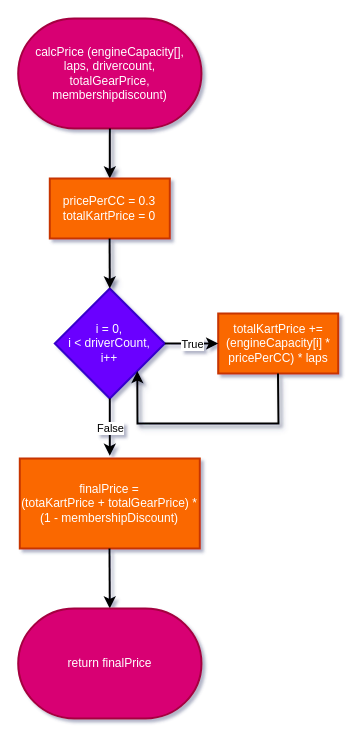
shahxvi/csc126-group-project keeps this draw.io diagram as Flowcharts (draw.io)/22. calculatePrice.drawio. Above is the earlier version. Source tidied: cells renumbered, new cells numbered last; positions are measured from the earlier drawing's top-left corner, leaving out a move shared by most shapes. Both pictures are drawn from the tidied source at 100%, with x=0, y=0 at pixel (18, 18).
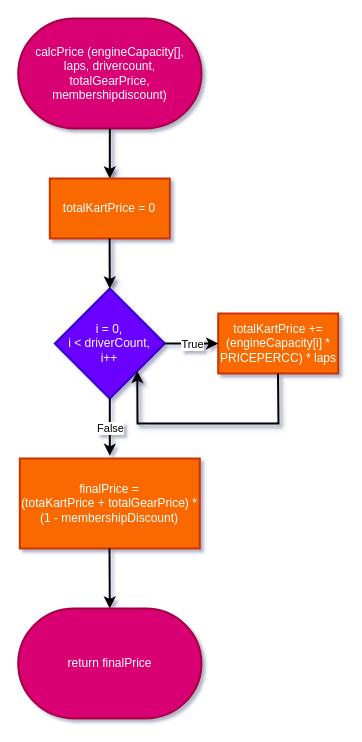
The same diagram, later.

What changed in the source:
```diff
@@
 <mxGraphModel shadow="1">
   <root>
     <mxCell id="0" />
     <mxCell id="1" parent="0" />
     <mxCell id="2" value="calcPrice (engineCapacity[],&lt;br&gt;laps, drivercount,&lt;br&gt;totalGearPrice, membershipdiscount)" style="strokeWidth=2;html=1;shape=mxgraph.flowchart.terminator;whiteSpace=wrap;fillColor=#d80073;fontColor=#ffffff;strokeColor=#A50040;" parent="1" vertex="1">
       <mxGeometry x="-0.3" width="183.3" height="110" as="geometry" />
     </mxCell>
     <mxCell id="3" style="edgeStyle=none;html=1;strokeWidth=2;shadow=1;entryX=0.5;entryY=0;entryDx=0;entryDy=0;exitX=0.5;exitY=1;exitDx=0;exitDy=0;exitPerimeter=0;" parent="1" edge="1" source="2" target="6">
       <mxGeometry relative="1" as="geometry" />
     </mxCell>
-    <mxCell id="4" value="totalKartPrice += (engineCapacity[i] * pricePerCC) * laps" style="whiteSpace=wrap;html=1;strokeWidth=2;fillColor=#fa6800;fontColor=#FFFFFF;strokeColor=#C73500;" parent="1" vertex="1">
+    <mxCell id="4" value="totalKartPrice += (engineCapacity[i] * PRICEPERCC) * laps" style="whiteSpace=wrap;html=1;strokeWidth=2;fillColor=#fa6800;fontColor=#FFFFFF;strokeColor=#C73500;" parent="1" vertex="1">
       <mxGeometry x="199.7" y="295" width="120" height="60" as="geometry" />
     </mxCell>
     <mxCell id="5" value="i = 0,&lt;br&gt;i &amp;lt; driverCount,&lt;br&gt;i++" style="rhombus;whiteSpace=wrap;html=1;strokeWidth=2;fillColor=#6a00ff;fontColor=#ffffff;strokeColor=#3700CC;" parent="1" vertex="1">
       <mxGeometry x="36.3" y="270" width="110" height="110" as="geometry" />
     </mxCell>
-    <mxCell id="6" value="pricePerCC = 0.3&lt;br&gt;totalKartPrice = 0" style="whiteSpace=wrap;html=1;strokeWidth=2;fillColor=#fa6800;fontColor=#FFFFFF;strokeColor=#C73500;" parent="1" vertex="1">
+    <mxCell id="6" value="totalKartPrice = 0" style="whiteSpace=wrap;html=1;strokeWidth=2;fillColor=#fa6800;fontColor=#FFFFFF;strokeColor=#C73500;" parent="1" vertex="1">
       <mxGeometry x="31.3" y="160" width="120" height="60" as="geometry" />
     </mxCell>
     <mxCell id="7" style="edgeStyle=none;html=1;strokeWidth=2;shadow=1;entryX=0.5;entryY=0;entryDx=0;entryDy=0;" parent="1" edge="1" target="5">
       <mxGeometry relative="1" as="geometry">
         <mxPoint x="91.1" y="220" as="sourcePoint" />
       </mxGeometry>
     </mxCell>
     <mxCell id="8" value="finalPrice =&lt;br&gt;(totaKartPrice + totalGearPrice) *&lt;br&gt;(1 - membershipDiscount)" style="whiteSpace=wrap;html=1;strokeWidth=2;fillColor=#fa6800;fontColor=#FFFFFF;strokeColor=#C73500;" parent="1" vertex="1">
       <mxGeometry x="1.3" y="440" width="180" height="90" as="geometry" />
     </mxCell>
     <mxCell id="9" style="edgeStyle=none;html=1;strokeWidth=2;entryX=0.5;entryY=0;entryDx=0;entryDy=0;entryPerimeter=0;" parent="1" edge="1">
       <mxGeometry relative="1" as="geometry">
         <mxPoint x="91" y="530" as="sourcePoint" />
         <mxPoint x="91.3" y="590" as="targetPoint" />
       </mxGeometry>
     </mxCell>
     <mxCell id="10" style="edgeStyle=none;html=1;strokeWidth=2;shadow=1;rounded=0;curved=0;entryX=1;entryY=1;entryDx=0;entryDy=0;" parent="1" edge="1" target="5">
       <mxGeometry relative="1" as="geometry">
         <mxPoint x="259.5" y="355" as="sourcePoint" />
         <Array as="points">
           <mxPoint x="260" y="405" />
           <mxPoint x="119" y="405" />
         </Array>
       </mxGeometry>
     </mxCell>
     <mxCell id="11" style="endArrow=classic;html=1;exitX=1;exitY=0.5;exitDx=0;exitDy=0;entryX=0;entryY=0.5;entryDx=0;entryDy=0;strokeWidth=2;" parent="1" edge="1" source="5" target="4">
       <mxGeometry relative="1" as="geometry" />
     </mxCell>
     <mxCell id="12" value="True" style="edgeLabel;html=1;align=center;verticalAlign=middle;" parent="11" vertex="1">
       <mxGeometry relative="1" as="geometry" />
     </mxCell>
     <mxCell id="13" style="endArrow=classic;html=1;exitX=0.5;exitY=1;exitDx=0;exitDy=0;entryX=0.5;entryY=-0.03;entryDx=0;entryDy=0;entryPerimeter=0;strokeWidth=2;" parent="1" edge="1" source="5" target="8">
       <mxGeometry relative="1" as="geometry" />
     </mxCell>
     <mxCell id="14" value="False" style="edgeLabel;html=1;align=center;verticalAlign=middle;" parent="13" vertex="1">
       <mxGeometry relative="1" as="geometry" />
     </mxCell>
     <mxCell id="15" value="return finalPrice" style="strokeWidth=2;html=1;shape=mxgraph.flowchart.terminator;whiteSpace=wrap;fillColor=#d80073;fontColor=#ffffff;strokeColor=#A50040;" parent="1" vertex="1">
       <mxGeometry x="-0.3" y="590" width="183.3" height="110" as="geometry" />
     </mxCell>
   </root>
 </mxGraphModel>
```
